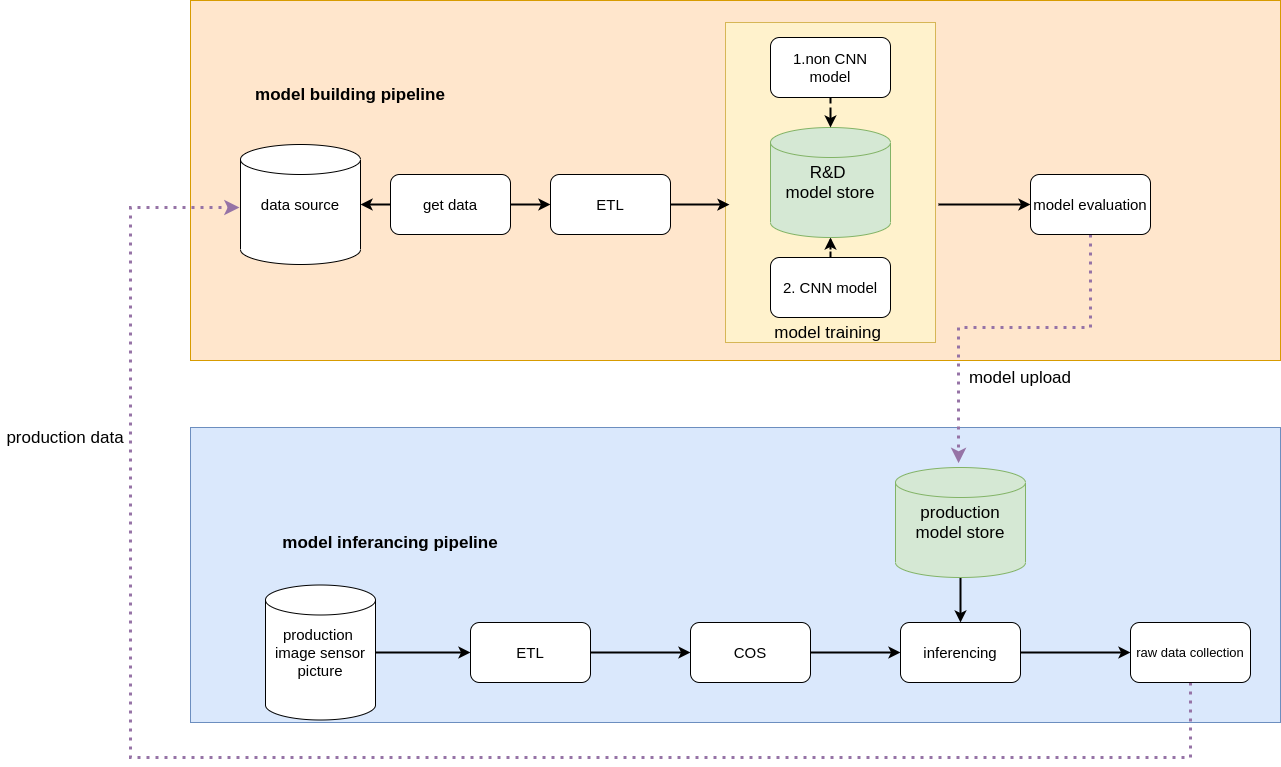
The draw.io diagram picture/mnist-detailed.png in poornachandratejasvi/mnist_pipeline, before a commit. Source tidied: cells renumbered, new cells last; positions are measured from the earlier drawing's top-left corner, leaving out a move shared by most shapes. Source of this version:
```xml
<mxGraphModel>
  <root>
    <mxCell id="0" />
    <mxCell id="1" parent="0" />
    <mxCell id="2" style="rounded=0;whiteSpace=wrap;html=1;fontSize=17;fillColor=#ffe6cc;strokeColor=#d79b00;" parent="1" vertex="1">
      <mxGeometry x="190" width="1090" height="360" as="geometry" />
    </mxCell>
    <mxCell id="3" style="edgeStyle=orthogonalEdgeStyle;rounded=0;jettySize=auto;html=1;strokeWidth=2;fontSize=17;" parent="1" edge="1" target="14">
      <mxGeometry relative="1" as="geometry">
        <mxPoint x="938" y="204" as="sourcePoint" />
      </mxGeometry>
    </mxCell>
    <mxCell id="4" style="rounded=0;whiteSpace=wrap;html=1;fontSize=17;fillColor=#fff2cc;strokeColor=#d6b656;" parent="1" vertex="1">
      <mxGeometry x="725" y="22" width="210" height="320" as="geometry" />
    </mxCell>
    <mxCell id="5" style="rounded=0;whiteSpace=wrap;html=1;fontSize=17;fillColor=#dae8fc;strokeColor=#6c8ebf;" parent="1" vertex="1">
      <mxGeometry x="190" y="427" width="1090" height="295" as="geometry" />
    </mxCell>
    <mxCell id="6" style="edgeStyle=orthogonalEdgeStyle;rounded=0;jettySize=auto;html=1;fontStyle=0;fontSize=15;strokeWidth=2;" parent="1" edge="1" source="8" target="10">
      <mxGeometry relative="1" as="geometry" />
    </mxCell>
    <mxCell id="7" style="edgeStyle=orthogonalEdgeStyle;rounded=0;jettySize=auto;html=1;fontStyle=0;fontSize=15;strokeWidth=2;" parent="1" edge="1" source="8" target="16">
      <mxGeometry relative="1" as="geometry" />
    </mxCell>
    <mxCell id="8" value="get data" style="rounded=1;whiteSpace=wrap;html=1;fontStyle=0;fontSize=15;" parent="1" vertex="1">
      <mxGeometry x="390" y="174" width="120" height="60" as="geometry" />
    </mxCell>
    <mxCell id="9" style="edgeStyle=orthogonalEdgeStyle;rounded=0;jettySize=auto;html=1;entryX=0.019;entryY=0.569;entryDx=0;entryDy=0;entryPerimeter=0;strokeWidth=2;fontSize=17;" parent="1" edge="1" source="10" target="4">
      <mxGeometry relative="1" as="geometry" />
    </mxCell>
    <mxCell id="10" value="ETL" style="rounded=1;whiteSpace=wrap;html=1;fontStyle=0;fontSize=15;" parent="1" vertex="1">
      <mxGeometry x="550" y="174" width="120" height="60" as="geometry" />
    </mxCell>
    <mxCell id="11" style="edgeStyle=orthogonalEdgeStyle;rounded=0;jettySize=auto;html=1;strokeWidth=2;fontSize=17;dashed=1;" parent="1" edge="1" source="12" target="28">
      <mxGeometry relative="1" as="geometry" />
    </mxCell>
    <mxCell id="12" value="2. CNN model" style="rounded=1;whiteSpace=wrap;html=1;fontStyle=0;fontSize=15;" parent="1" vertex="1">
      <mxGeometry x="770" y="257" width="120" height="60" as="geometry" />
    </mxCell>
    <mxCell id="13" style="edgeStyle=orthogonalEdgeStyle;rounded=0;jettySize=auto;html=1;entryX=0.485;entryY=-0.04;entryDx=0;entryDy=0;entryPerimeter=0;strokeWidth=3;fontSize=17;dashed=1;dashPattern=1 2;fillColor=#e1d5e7;strokeColor=#9673a6;exitX=0.5;exitY=1;exitDx=0;exitDy=0;" parent="1" edge="1" source="14" target="27">
      <mxGeometry relative="1" as="geometry">
        <Array as="points">
          <mxPoint x="1090" y="327" />
          <mxPoint x="958" y="327" />
        </Array>
      </mxGeometry>
    </mxCell>
    <mxCell id="14" value="model evaluation" style="rounded=1;whiteSpace=wrap;html=1;fontStyle=0;fontSize=15;" parent="1" vertex="1">
      <mxGeometry x="1030" y="174" width="120" height="60" as="geometry" />
    </mxCell>
    <mxCell id="15" value="model building pipeline" style="text;html=1;strokeColor=none;fillColor=none;align=center;verticalAlign=middle;whiteSpace=wrap;rounded=0;fontStyle=1;fontSize=17;" parent="1" vertex="1">
      <mxGeometry x="250" y="84" width="200" height="20" as="geometry" />
    </mxCell>
    <mxCell id="16" value="data source" style="shape=cylinder2;whiteSpace=wrap;html=1;boundedLbl=1;backgroundOutline=1;size=15;fontStyle=0;fontSize=15;" parent="1" vertex="1">
      <mxGeometry x="240" y="144" width="120" height="120" as="geometry" />
    </mxCell>
    <mxCell id="17" value="model inferancing pipeline" style="text;html=1;strokeColor=none;fillColor=none;align=center;verticalAlign=middle;whiteSpace=wrap;rounded=0;fontStyle=1;fontSize=17;" parent="1" vertex="1">
      <mxGeometry x="245" y="532" width="290" height="20" as="geometry" />
    </mxCell>
    <mxCell id="18" style="edgeStyle=orthogonalEdgeStyle;rounded=0;jettySize=auto;html=1;strokeWidth=2;fontSize=17;" parent="1" edge="1" source="19" target="31">
      <mxGeometry relative="1" as="geometry" />
    </mxCell>
    <mxCell id="19" value="ETL" style="rounded=1;whiteSpace=wrap;html=1;fontStyle=0;fontSize=15;" parent="1" vertex="1">
      <mxGeometry x="470" y="622" width="120" height="60" as="geometry" />
    </mxCell>
    <mxCell id="20" style="edgeStyle=orthogonalEdgeStyle;rounded=0;jettySize=auto;html=1;fontStyle=0;fontSize=15;strokeWidth=2;" parent="1" edge="1" source="21" target="23">
      <mxGeometry relative="1" as="geometry" />
    </mxCell>
    <mxCell id="21" value="inferencing" style="rounded=1;whiteSpace=wrap;html=1;fontStyle=0;fontSize=15;" parent="1" vertex="1">
      <mxGeometry x="900" y="622" width="120" height="60" as="geometry" />
    </mxCell>
    <mxCell id="22" style="edgeStyle=orthogonalEdgeStyle;rounded=0;jettySize=auto;html=1;entryX=-0.008;entryY=0.525;entryDx=0;entryDy=0;entryPerimeter=0;dashed=1;strokeWidth=3;dashPattern=1 2;fillColor=#e1d5e7;strokeColor=#9673a6;fontStyle=0;fontSize=15;" parent="1" edge="1" source="23" target="16">
      <mxGeometry relative="1" as="geometry">
        <Array as="points">
          <mxPoint x="1190" y="757" />
          <mxPoint x="130" y="757" />
          <mxPoint x="130" y="207" />
        </Array>
      </mxGeometry>
    </mxCell>
    <mxCell id="23" value="raw data collection" style="rounded=1;whiteSpace=wrap;html=1;fontStyle=0;fontSize=13;" parent="1" vertex="1">
      <mxGeometry x="1130" y="622" width="120" height="60" as="geometry" />
    </mxCell>
    <mxCell id="24" style="edgeStyle=orthogonalEdgeStyle;rounded=0;jettySize=auto;html=1;strokeWidth=2;fontSize=17;" parent="1" edge="1" source="25" target="19">
      <mxGeometry relative="1" as="geometry" />
    </mxCell>
    <mxCell id="25" value="production &lt;br&gt;image sensor picture" style="shape=cylinder2;whiteSpace=wrap;html=1;boundedLbl=1;backgroundOutline=1;size=15;fontStyle=0;fontSize=15;" parent="1" vertex="1">
      <mxGeometry x="265" y="584.5" width="110" height="135" as="geometry" />
    </mxCell>
    <mxCell id="26" style="edgeStyle=orthogonalEdgeStyle;rounded=0;jettySize=auto;html=1;entryX=0.5;entryY=0;entryDx=0;entryDy=0;strokeWidth=2;fontSize=17;" parent="1" edge="1" source="27" target="21">
      <mxGeometry relative="1" as="geometry" />
    </mxCell>
    <mxCell id="27" value="production model store" style="shape=cylinder2;whiteSpace=wrap;html=1;boundedLbl=1;backgroundOutline=1;size=15;fontSize=17;fillColor=#d5e8d4;strokeColor=#82b366;" parent="1" vertex="1">
      <mxGeometry x="895" y="467" width="130" height="110" as="geometry" />
    </mxCell>
    <mxCell id="28" value="R&amp;amp;D &lt;br&gt;model store" style="shape=cylinder2;whiteSpace=wrap;html=1;boundedLbl=1;backgroundOutline=1;size=15;fontSize=17;fillColor=#d5e8d4;strokeColor=#82b366;" parent="1" vertex="1">
      <mxGeometry x="770" y="127" width="120" height="110" as="geometry" />
    </mxCell>
    <mxCell id="29" value="production data" style="text;html=1;strokeColor=none;fillColor=none;align=center;verticalAlign=middle;whiteSpace=wrap;rounded=0;fontSize=17;" parent="1" vertex="1">
      <mxGeometry y="427" width="130" height="20" as="geometry" />
    </mxCell>
    <mxCell id="30" style="edgeStyle=orthogonalEdgeStyle;rounded=0;jettySize=auto;html=1;strokeWidth=2;fontSize=17;" parent="1" edge="1" source="31" target="21">
      <mxGeometry relative="1" as="geometry" />
    </mxCell>
    <mxCell id="31" value="COS" style="rounded=1;whiteSpace=wrap;html=1;fontStyle=0;fontSize=15;" parent="1" vertex="1">
      <mxGeometry x="690" y="622" width="120" height="60" as="geometry" />
    </mxCell>
    <mxCell id="32" value="model upload" style="text;html=1;strokeColor=none;fillColor=none;align=center;verticalAlign=middle;whiteSpace=wrap;rounded=0;fontSize=17;" parent="1" vertex="1">
      <mxGeometry x="960" y="367" width="120" height="20" as="geometry" />
    </mxCell>
    <mxCell id="33" style="edgeStyle=orthogonalEdgeStyle;rounded=0;jettySize=auto;html=1;strokeWidth=2;fontSize=17;dashed=1;" parent="1" edge="1" source="34" target="28">
      <mxGeometry relative="1" as="geometry" />
    </mxCell>
    <mxCell id="34" value="1.non CNN model" style="rounded=1;whiteSpace=wrap;html=1;fontStyle=0;fontSize=15;" parent="1" vertex="1">
      <mxGeometry x="770" y="37" width="120" height="60" as="geometry" />
    </mxCell>
    <mxCell id="35" value="model training&amp;nbsp;" style="text;html=1;strokeColor=none;fillColor=none;align=center;verticalAlign=middle;whiteSpace=wrap;rounded=0;fontSize=17;" parent="1" vertex="1">
      <mxGeometry x="750" y="322" width="160" height="20" as="geometry" />
    </mxCell>
  </root>
</mxGraphModel>
```
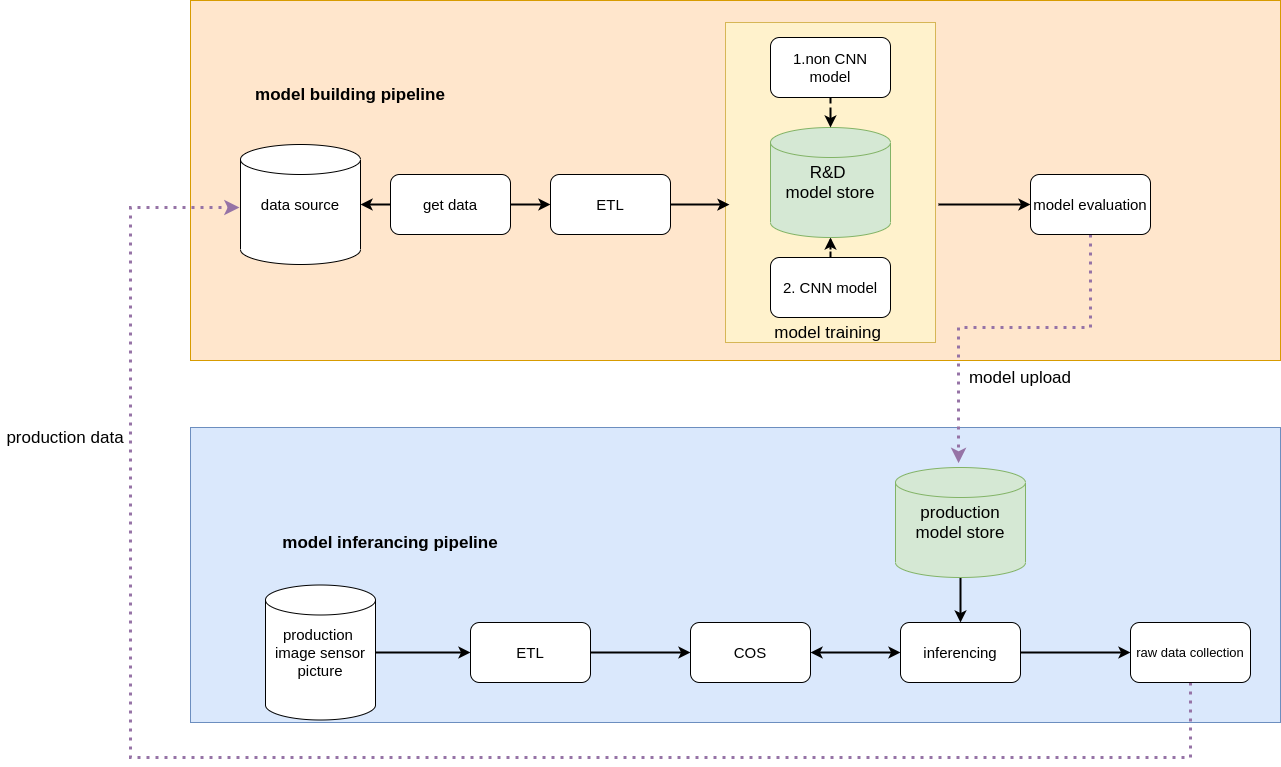
After the commit.

The edit, as a diff of the source:
```diff
@@ -99,7 +99,7 @@
     <mxCell id="29" value="production data" style="text;html=1;strokeColor=none;fillColor=none;align=center;verticalAlign=middle;whiteSpace=wrap;rounded=0;fontSize=17;" parent="1" vertex="1">
       <mxGeometry y="427" width="130" height="20" as="geometry" />
     </mxCell>
-    <mxCell id="30" style="edgeStyle=orthogonalEdgeStyle;rounded=0;jettySize=auto;html=1;strokeWidth=2;fontSize=17;" parent="1" edge="1" source="31" target="21">
+    <mxCell id="30" style="edgeStyle=orthogonalEdgeStyle;rounded=0;jettySize=auto;html=1;strokeWidth=2;fontSize=17;startArrow=classic;startFill=1;" parent="1" edge="1" source="31" target="21">
       <mxGeometry relative="1" as="geometry" />
     </mxCell>
     <mxCell id="31" value="COS" style="rounded=1;whiteSpace=wrap;html=1;fontStyle=0;fontSize=15;" parent="1" vertex="1">
```
